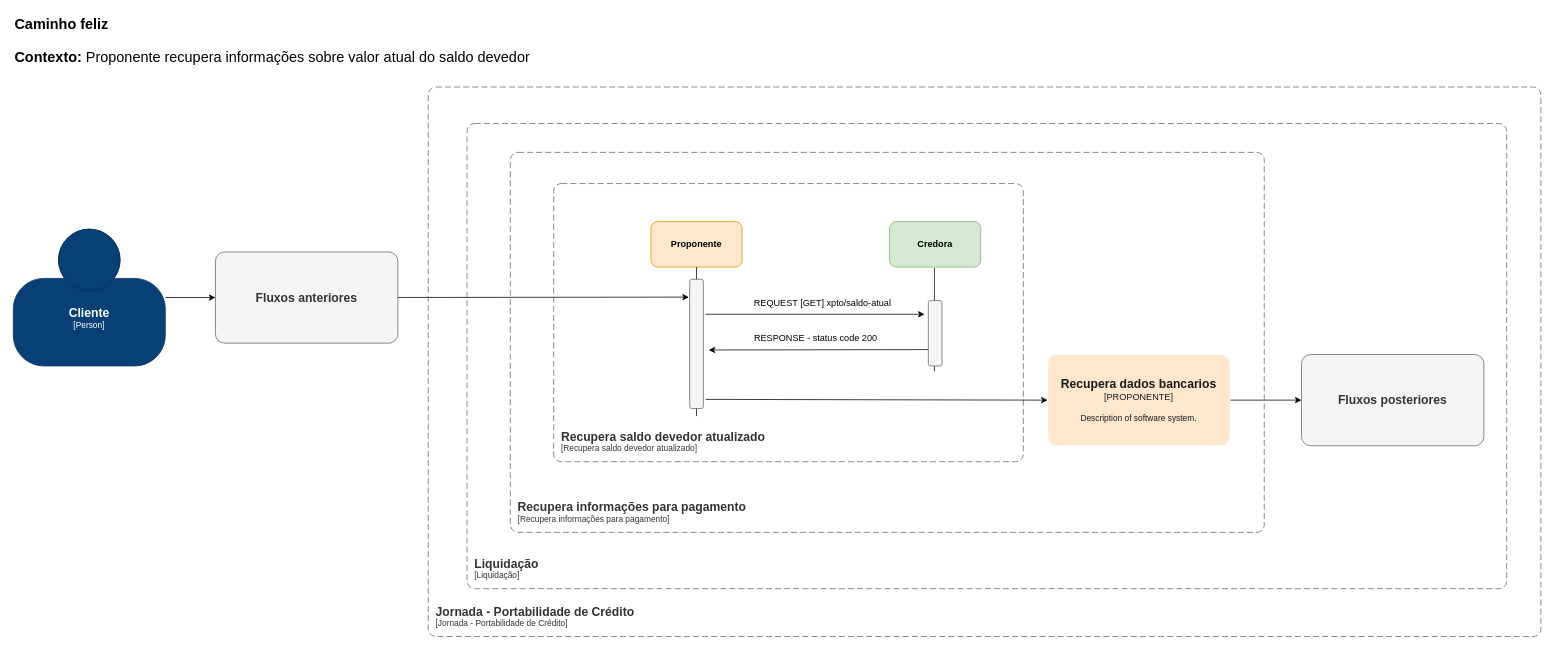
andreferreiratrindade/portabilidade_credito_draw keeps this draw.io diagram as page "Recupera saldo devedor atualizado" (22 of 26) of portabilidade_credito.drawio. Above is the earlier version. Source tidied: cells renumbered, new cells numbered last; positions are measured from the earlier drawing's top-left corner, leaving out a move shared by most shapes. Both pictures are drawn from the tidied source at 76%, with x=0, y=0 at pixel (13, 13).
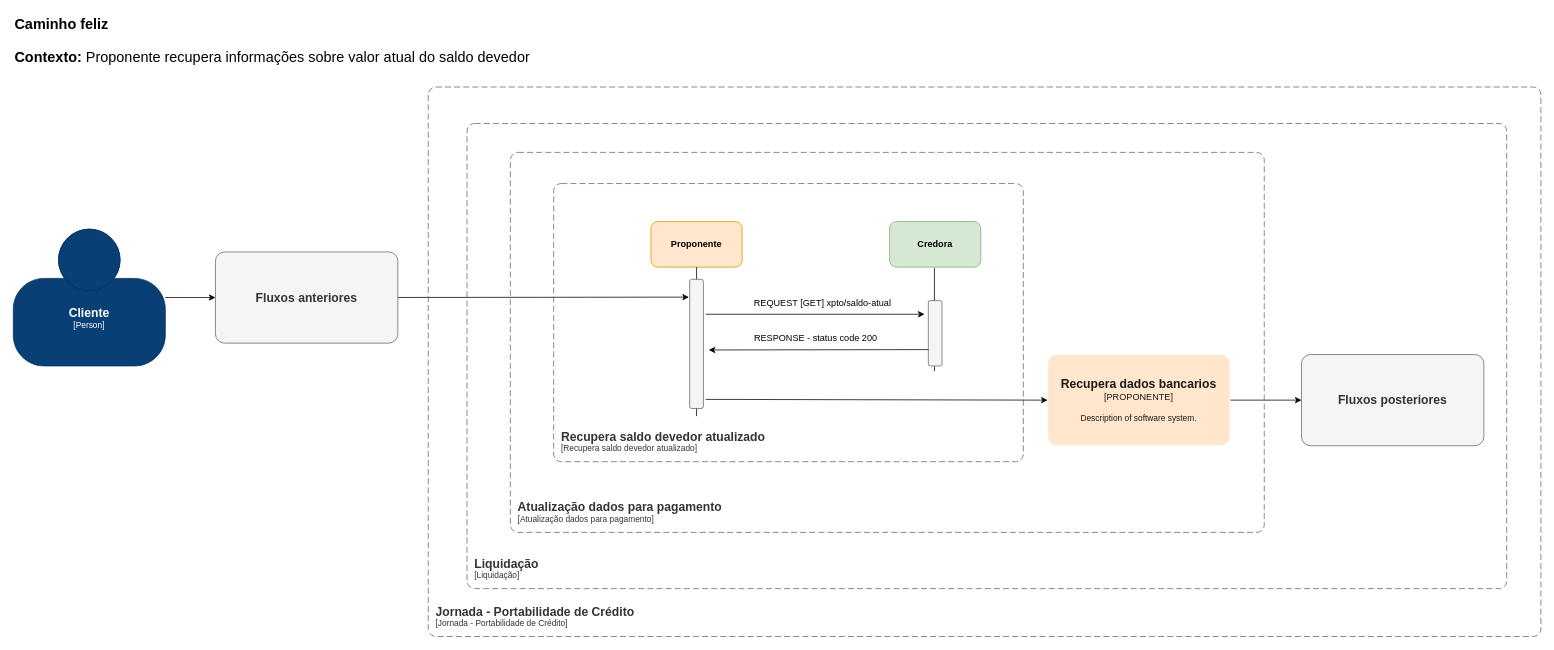
The same page after the edit.

Commit message (it also covers changes not shown here):
Add - Fluxo de Dados para pagamento

What changed in the source:
```diff
@@
-    <object id="12" label="&lt;font style=&quot;font-size: 16px&quot;&gt;&lt;b&gt;&lt;div style=&quot;text-align: left&quot;&gt;%c4Name%&lt;/div&gt;&lt;/b&gt;&lt;/font&gt;&lt;div style=&quot;text-align: left&quot;&gt;[%c4Application%]&lt;/div&gt;" c4Application="Recupera informações para pagamento" c4Name="Recupera informações para pagamento" placeholders="1">
+    <object id="12" label="&lt;font style=&quot;font-size: 16px&quot;&gt;&lt;b&gt;&lt;div style=&quot;text-align: left&quot;&gt;%c4Name%&lt;/div&gt;&lt;/b&gt;&lt;/font&gt;&lt;div style=&quot;text-align: left&quot;&gt;[%c4Application%]&lt;/div&gt;" c4Application="Atualização dados para pagamento" c4Name="Atualização dados para pagamento" placeholders="1">
       <mxCell style="rounded=1;fontSize=11;whiteSpace=wrap;html=1;dashed=1;arcSize=20;fillColor=none;strokeColor=#666666;fontColor=#333333;labelBackgroundColor=none;align=left;verticalAlign=bottom;labelBorderColor=none;spacingTop=0;spacing=10;dashPattern=8 4;perimeter=rectanglePerimeter;noLabel=0;labelPadding=0;absoluteArcSize=1;" parent="1" vertex="1">
         <mxGeometry x="654" y="183" width="992" height="500" as="geometry" />
       </mxCell>
     </object>
```
